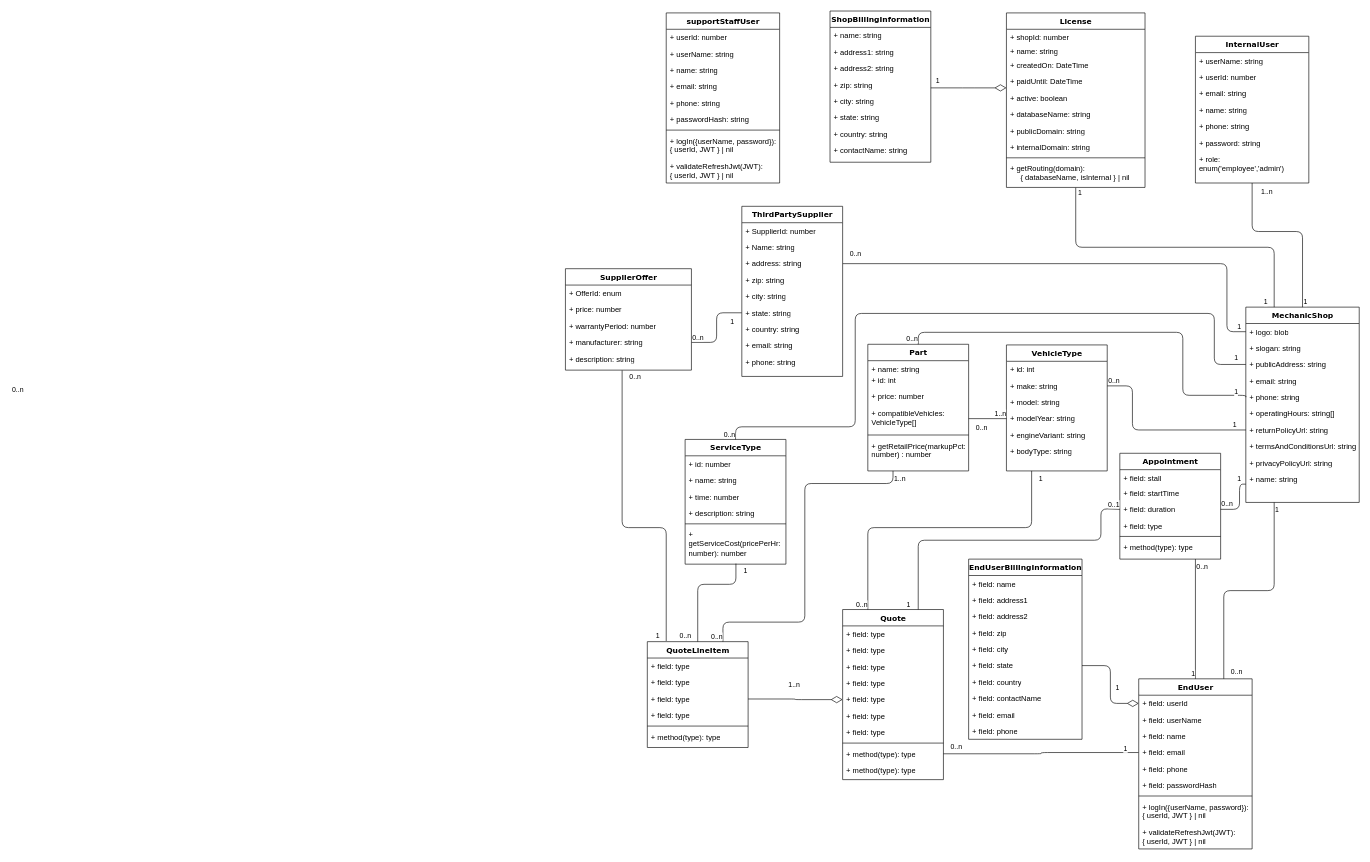
Before: Class_Diagrams/ClassDiagram.drawio in Awrmani/AutoQuotes, a draw.io diagram. Source tidied: cells renumbered, new cells numbered last; positions are measured from the earlier drawing's top-left corner, leaving out a move shared by most shapes. Both pictures are drawn from the tidied source at 63%, with x=0, y=0 at pixel (11, 11).
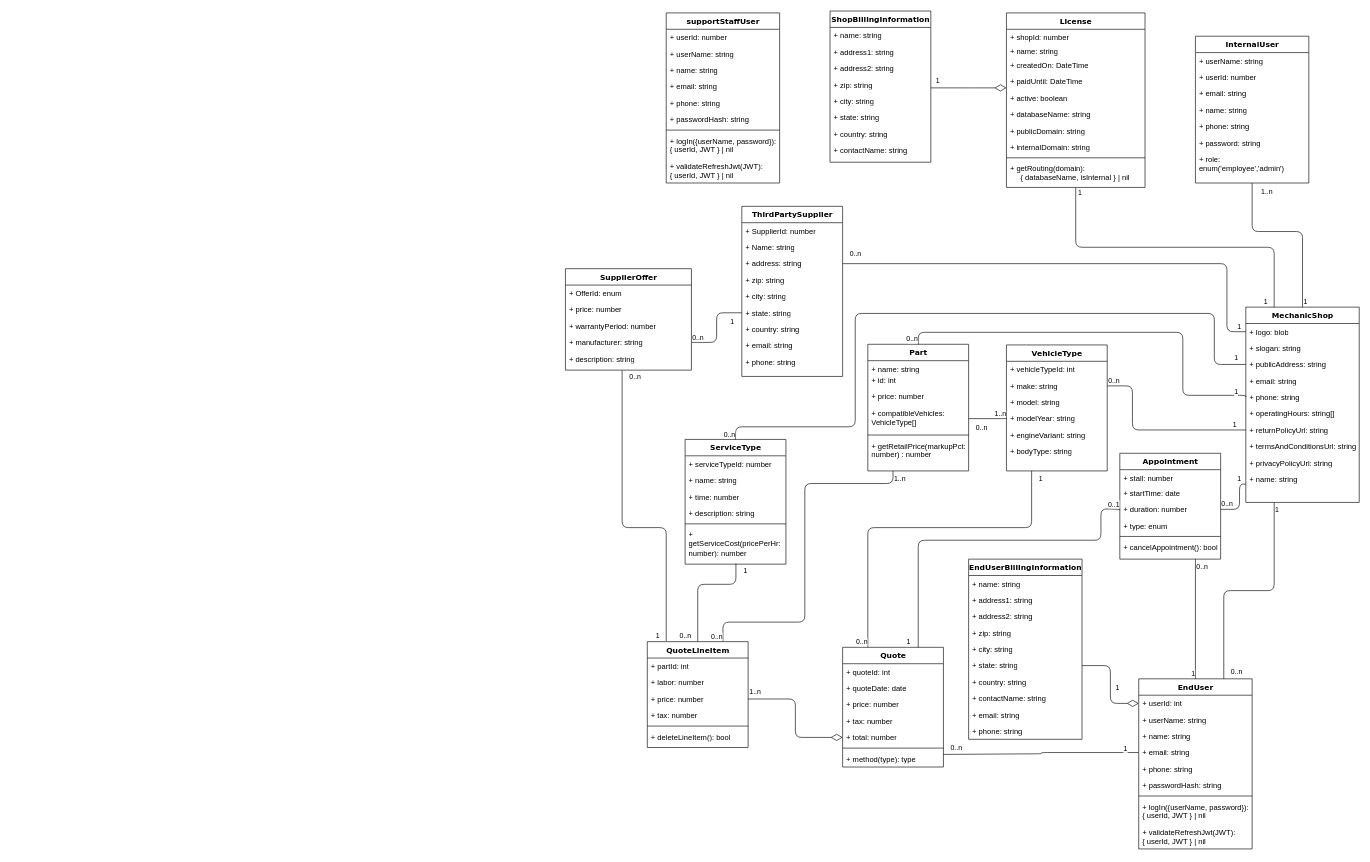
After the change.

Unchanged cells that the change refers to:
```xml
<mxCell id="24" value="QuoteLineItem" style="swimlane;html=1;fontStyle=1;align=center;verticalAlign=top;horizontal=1;startSize=26;swimlaneFillColor=#ffffff;rounded=0;shadow=0;comic=0;labelBackgroundColor=none;strokeWidth=1;fillColor=none;fontFamily=Verdana;fontSize=12;" parent="1" vertex="1">
  <mxGeometry x="1010" y="1001" width="160" height="168" as="geometry" />
</mxCell>
<mxCell id="44" value="EndUserBillingInformation" style="swimlane;html=1;fontStyle=1;align=center;verticalAlign=top;horizontal=1;startSize=26;swimlaneFillColor=#ffffff;rounded=0;shadow=0;comic=0;labelBackgroundColor=none;strokeWidth=1;fillColor=none;fontFamily=Verdana;fontSize=12;" parent="1" vertex="1">
  <mxGeometry x="1520" y="870" width="180" height="286" as="geometry" />
</mxCell>
<mxCell id="55" style="endArrow=diamondThin;endFill=0;endSize=16;html=1;rounded=1;strokeColor=default;exitX=1;exitY=0.5;exitDx=0;exitDy=0;edgeStyle=orthogonalEdgeStyle;startSize=8;entryX=0;entryY=0.5;entryDx=0;entryDy=0;" parent="1" edge="1" source="27" target="18">
  <mxGeometry relative="1" as="geometry" />
</mxCell>
<mxCell id="61" value="EndUser" style="swimlane;html=1;fontStyle=1;align=center;verticalAlign=top;horizontal=1;startSize=26;swimlaneFillColor=#ffffff;rounded=0;shadow=0;comic=0;labelBackgroundColor=none;strokeWidth=1;fillColor=none;fontFamily=Verdana;fontSize=12;" parent="1" vertex="1">
  <mxGeometry x="1790" y="1060" width="180" height="270" as="geometry" />
</mxCell>
<mxCell id="73" value="Appointment" style="swimlane;html=1;fontStyle=1;align=center;verticalAlign=top;horizontal=1;startSize=26;swimlaneFillColor=#ffffff;rounded=0;shadow=0;comic=0;labelBackgroundColor=none;strokeWidth=1;fillColor=none;fontFamily=Verdana;fontSize=12;" parent="1" vertex="1">
  <mxGeometry x="1760" y="702" width="160" height="168" as="geometry" />
</mxCell>
<mxCell id="101" value="VehicleType" style="swimlane;html=1;fontStyle=1;align=center;verticalAlign=top;horizontal=1;startSize=26;swimlaneFillColor=#ffffff;rounded=0;shadow=0;comic=0;labelBackgroundColor=none;strokeWidth=1;fillColor=none;fontFamily=Verdana;fontSize=12;" parent="1" vertex="1">
  <mxGeometry x="1580" y="530" width="160" height="200" as="geometry" />
</mxCell>
<mxCell id="114" value="ServiceType" style="swimlane;html=1;fontStyle=1;align=center;verticalAlign=top;horizontal=1;startSize=26;swimlaneFillColor=#ffffff;rounded=0;shadow=0;comic=0;labelBackgroundColor=none;strokeWidth=1;fillColor=none;fontFamily=Verdana;fontSize=12;" parent="1" vertex="1">
  <mxGeometry x="1070" y="680" width="160" height="198" as="geometry" />
</mxCell>
```

Change to the diagram source:
```diff
@@
     <mxCell id="13" value="Quote" style="swimlane;html=1;fontStyle=1;align=center;verticalAlign=top;horizontal=1;startSize=26;swimlaneFillColor=#ffffff;rounded=0;shadow=0;comic=0;labelBackgroundColor=none;strokeWidth=1;fillColor=none;fontFamily=Verdana;fontSize=12;" parent="1" vertex="1">
-      <mxGeometry x="1320" y="950" width="160" height="270" as="geometry" />
+      <mxGeometry x="1320" y="1010" width="160" height="190" as="geometry" />
     </mxCell>
-    <mxCell id="14" value="+ field: type" style="text;html=1;strokeColor=none;fillColor=none;align=left;verticalAlign=top;spacingLeft=4;spacingRight=4;whiteSpace=wrap;overflow=hidden;" parent="13" vertex="1">
+    <mxCell id="14" value="+ quoteId: int" style="text;html=1;strokeColor=none;fillColor=none;align=left;verticalAlign=top;spacingLeft=4;spacingRight=4;whiteSpace=wrap;overflow=hidden;" parent="13" vertex="1">
       <mxGeometry y="26" width="160" height="26" as="geometry" />
     </mxCell>
-    <mxCell id="15" value="+ field: type" style="text;html=1;strokeColor=none;fillColor=none;align=left;verticalAlign=top;spacingLeft=4;spacingRight=4;whiteSpace=wrap;overflow=hidden;" parent="13" vertex="1">
+    <mxCell id="15" value="+ quoteDate: date" style="text;html=1;strokeColor=none;fillColor=none;align=left;verticalAlign=top;spacingLeft=4;spacingRight=4;whiteSpace=wrap;overflow=hidden;" parent="13" vertex="1">
       <mxGeometry y="52" width="160" height="26" as="geometry" />
     </mxCell>
-    <mxCell id="16" value="+ field: type" style="text;html=1;strokeColor=none;fillColor=none;align=left;verticalAlign=top;spacingLeft=4;spacingRight=4;whiteSpace=wrap;overflow=hidden;" parent="13" vertex="1">
+    <mxCell id="16" value="+ price: number" style="text;html=1;strokeColor=none;fillColor=none;align=left;verticalAlign=top;spacingLeft=4;spacingRight=4;whiteSpace=wrap;overflow=hidden;" parent="13" vertex="1">
       <mxGeometry y="78" width="160" height="26" as="geometry" />
     </mxCell>
-    <mxCell id="17" value="+ field: type" style="text;html=1;strokeColor=none;fillColor=none;align=left;verticalAlign=top;spacingLeft=4;spacingRight=4;whiteSpace=wrap;overflow=hidden;" parent="13" vertex="1">
+    <mxCell id="17" value="+ tax: number" style="text;html=1;strokeColor=none;fillColor=none;align=left;verticalAlign=top;spacingLeft=4;spacingRight=4;whiteSpace=wrap;overflow=hidden;" parent="13" vertex="1">
       <mxGeometry y="104" width="160" height="26" as="geometry" />
     </mxCell>
-    <mxCell id="18" value="+ field: type" style="text;html=1;strokeColor=none;fillColor=none;align=left;verticalAlign=top;spacingLeft=4;spacingRight=4;whiteSpace=wrap;overflow=hidden;points=[[0,0.5],[1,0.5]];portConstraint=eastwest;" parent="13" vertex="1">
+    <mxCell id="18" value="+ total: number" style="text;html=1;strokeColor=none;fillColor=none;align=left;verticalAlign=top;spacingLeft=4;spacingRight=4;whiteSpace=wrap;overflow=hidden;points=[[0,0.5],[1,0.5]];portConstraint=eastwest;" parent="13" vertex="1">
       <mxGeometry y="130" width="160" height="26" as="geometry" />
     </mxCell>
-    <mxCell id="19" value="+ field: type" style="text;html=1;strokeColor=none;fillColor=none;align=left;verticalAlign=top;spacingLeft=4;spacingRight=4;whiteSpace=wrap;overflow=hidden;" parent="13" vertex="1">
-      <mxGeometry y="156" width="160" height="26" as="geometry" />
-    </mxCell>
-    <mxCell id="20" value="+ field: type" style="text;html=1;strokeColor=none;fillColor=none;align=left;verticalAlign=top;spacingLeft=4;spacingRight=4;whiteSpace=wrap;overflow=hidden;" parent="13" vertex="1">
-      <mxGeometry y="182" width="160" height="26" as="geometry" />
-    </mxCell>
     <mxCell id="21" style="line;html=1;strokeWidth=1;fillColor=none;align=left;verticalAlign=middle;spacingTop=-1;spacingLeft=3;spacingRight=3;labelPosition=right;" parent="13" vertex="1">
-      <mxGeometry y="208" width="160" height="8" as="geometry" />
+      <mxGeometry y="156" width="160" height="8" as="geometry" />
     </mxCell>
     <mxCell id="22" value="+ method(type): type" style="text;html=1;strokeColor=none;fillColor=none;align=left;verticalAlign=top;spacingLeft=4;spacingRight=4;whiteSpace=wrap;overflow=hidden;points=[[0,0.5],[1,0.5]];portConstraint=eastwest;" parent="13" vertex="1">
-      <mxGeometry y="216" width="160" height="26" as="geometry" />
+      <mxGeometry y="164" width="160" height="26" as="geometry" />
     </mxCell>
-    <mxCell id="23" value="+ method(type): type" style="text;html=1;strokeColor=none;fillColor=none;align=left;verticalAlign=top;spacingLeft=4;spacingRight=4;whiteSpace=wrap;overflow=hidden;" parent="13" vertex="1">
-      <mxGeometry y="242" width="160" height="26" as="geometry" />
-    </mxCell>
@@
-    <mxCell id="25" value="+ field: type" style="text;html=1;strokeColor=none;fillColor=none;align=left;verticalAlign=top;spacingLeft=4;spacingRight=4;whiteSpace=wrap;overflow=hidden;" parent="24" vertex="1">
+    <mxCell id="25" value="+ partId: int" style="text;html=1;strokeColor=none;fillColor=none;align=left;verticalAlign=top;spacingLeft=4;spacingRight=4;whiteSpace=wrap;overflow=hidden;" parent="24" vertex="1">
       <mxGeometry y="26" width="160" height="26" as="geometry" />
     </mxCell>
-    <mxCell id="26" value="+ field: type" style="text;html=1;strokeColor=none;fillColor=none;align=left;verticalAlign=top;spacingLeft=4;spacingRight=4;whiteSpace=wrap;overflow=hidden;" parent="24" vertex="1">
+    <mxCell id="26" value="+ labor: number" style="text;html=1;strokeColor=none;fillColor=none;align=left;verticalAlign=top;spacingLeft=4;spacingRight=4;whiteSpace=wrap;overflow=hidden;" parent="24" vertex="1">
       <mxGeometry y="52" width="160" height="26" as="geometry" />
     </mxCell>
-    <mxCell id="27" value="+ field: type" style="text;html=1;strokeColor=none;fillColor=none;align=left;verticalAlign=top;spacingLeft=4;spacingRight=4;whiteSpace=wrap;overflow=hidden;points=[[0,0.5],[1,0.5]];portConstraint=eastwest;" parent="24" vertex="1">
+    <mxCell id="27" value="+ price: number" style="text;html=1;strokeColor=none;fillColor=none;align=left;verticalAlign=top;spacingLeft=4;spacingRight=4;whiteSpace=wrap;overflow=hidden;points=[[0,0.5],[1,0.5]];portConstraint=eastwest;" parent="24" vertex="1">
       <mxGeometry y="78" width="160" height="26" as="geometry" />
     </mxCell>
-    <mxCell id="28" value="+ field: type" style="text;html=1;strokeColor=none;fillColor=none;align=left;verticalAlign=top;spacingLeft=4;spacingRight=4;whiteSpace=wrap;overflow=hidden;" parent="24" vertex="1">
+    <mxCell id="28" value="+ tax: number" style="text;html=1;strokeColor=none;fillColor=none;align=left;verticalAlign=top;spacingLeft=4;spacingRight=4;whiteSpace=wrap;overflow=hidden;" parent="24" vertex="1">
       <mxGeometry y="104" width="160" height="26" as="geometry" />
     </mxCell>
@@
-    <mxCell id="30" value="+ method(type): type" style="text;html=1;strokeColor=none;fillColor=none;align=left;verticalAlign=top;spacingLeft=4;spacingRight=4;whiteSpace=wrap;overflow=hidden;" parent="24" vertex="1">
+    <mxCell id="30" value="+ deleteLineItem(): bool" style="text;html=1;strokeColor=none;fillColor=none;align=left;verticalAlign=top;spacingLeft=4;spacingRight=4;whiteSpace=wrap;overflow=hidden;" parent="24" vertex="1">
       <mxGeometry y="138" width="160" height="26" as="geometry" />
     </mxCell>
@@
-    <mxCell id="45" value="+ field: name" style="text;html=1;strokeColor=none;fillColor=none;align=left;verticalAlign=top;spacingLeft=4;spacingRight=4;whiteSpace=wrap;overflow=hidden;" parent="44" vertex="1">
+    <mxCell id="45" value="+ name: string" style="text;html=1;strokeColor=none;fillColor=none;align=left;verticalAlign=top;spacingLeft=4;spacingRight=4;whiteSpace=wrap;overflow=hidden;" parent="44" vertex="1">
       <mxGeometry y="26" width="180" height="26" as="geometry" />
     </mxCell>
-    <mxCell id="46" value="+ field: address1" style="text;html=1;strokeColor=none;fillColor=none;align=left;verticalAlign=top;spacingLeft=4;spacingRight=4;whiteSpace=wrap;overflow=hidden;" parent="44" vertex="1">
+    <mxCell id="46" value="+ address1: string" style="text;html=1;strokeColor=none;fillColor=none;align=left;verticalAlign=top;spacingLeft=4;spacingRight=4;whiteSpace=wrap;overflow=hidden;" parent="44" vertex="1">
       <mxGeometry y="52" width="180" height="26" as="geometry" />
     </mxCell>
-    <mxCell id="47" value="+ field: address2" style="text;html=1;strokeColor=none;fillColor=none;align=left;verticalAlign=top;spacingLeft=4;spacingRight=4;whiteSpace=wrap;overflow=hidden;" parent="44" vertex="1">
+    <mxCell id="47" value="+ address2: string" style="text;html=1;strokeColor=none;fillColor=none;align=left;verticalAlign=top;spacingLeft=4;spacingRight=4;whiteSpace=wrap;overflow=hidden;" parent="44" vertex="1">
       <mxGeometry y="78" width="180" height="26" as="geometry" />
     </mxCell>
-    <mxCell id="48" value="+ field: zip" style="text;html=1;strokeColor=none;fillColor=none;align=left;verticalAlign=top;spacingLeft=4;spacingRight=4;whiteSpace=wrap;overflow=hidden;" parent="44" vertex="1">
+    <mxCell id="48" value="+ zip: string" style="text;html=1;strokeColor=none;fillColor=none;align=left;verticalAlign=top;spacingLeft=4;spacingRight=4;whiteSpace=wrap;overflow=hidden;" parent="44" vertex="1">
       <mxGeometry y="104" width="180" height="26" as="geometry" />
     </mxCell>
-    <mxCell id="49" value="+ field: city" style="text;html=1;strokeColor=none;fillColor=none;align=left;verticalAlign=top;spacingLeft=4;spacingRight=4;whiteSpace=wrap;overflow=hidden;" parent="44" vertex="1">
+    <mxCell id="49" value="+ city: string" style="text;html=1;strokeColor=none;fillColor=none;align=left;verticalAlign=top;spacingLeft=4;spacingRight=4;whiteSpace=wrap;overflow=hidden;" parent="44" vertex="1">
       <mxGeometry y="130" width="180" height="26" as="geometry" />
     </mxCell>
-    <mxCell id="50" value="+ field: state" style="text;html=1;strokeColor=none;fillColor=none;align=left;verticalAlign=top;spacingLeft=4;spacingRight=4;whiteSpace=wrap;overflow=hidden;points=[[0,0.5],[1,0.5]];portConstraint=eastwest;" parent="44" vertex="1">
+    <mxCell id="50" value="+ state: string" style="text;html=1;strokeColor=none;fillColor=none;align=left;verticalAlign=top;spacingLeft=4;spacingRight=4;whiteSpace=wrap;overflow=hidden;points=[[0,0.5],[1,0.5]];portConstraint=eastwest;" parent="44" vertex="1">
       <mxGeometry y="156" width="180" height="26" as="geometry" />
     </mxCell>
-    <mxCell id="51" value="+ field: country" style="text;html=1;strokeColor=none;fillColor=none;align=left;verticalAlign=top;spacingLeft=4;spacingRight=4;whiteSpace=wrap;overflow=hidden;" parent="44" vertex="1">
+    <mxCell id="51" value="+ country: string" style="text;html=1;strokeColor=none;fillColor=none;align=left;verticalAlign=top;spacingLeft=4;spacingRight=4;whiteSpace=wrap;overflow=hidden;" parent="44" vertex="1">
       <mxGeometry y="182" width="180" height="26" as="geometry" />
     </mxCell>
-    <mxCell id="52" value="+ field: contactName" style="text;html=1;strokeColor=none;fillColor=none;align=left;verticalAlign=top;spacingLeft=4;spacingRight=4;whiteSpace=wrap;overflow=hidden;" parent="44" vertex="1">
+    <mxCell id="52" value="+ contactName: string" style="text;html=1;strokeColor=none;fillColor=none;align=left;verticalAlign=top;spacingLeft=4;spacingRight=4;whiteSpace=wrap;overflow=hidden;" parent="44" vertex="1">
       <mxGeometry y="208" width="180" height="26" as="geometry" />
     </mxCell>
-    <mxCell id="53" value="+ field: email" style="text;html=1;strokeColor=none;fillColor=none;align=left;verticalAlign=top;spacingLeft=4;spacingRight=4;whiteSpace=wrap;overflow=hidden;" parent="44" vertex="1">
+    <mxCell id="53" value="+ email: string" style="text;html=1;strokeColor=none;fillColor=none;align=left;verticalAlign=top;spacingLeft=4;spacingRight=4;whiteSpace=wrap;overflow=hidden;" parent="44" vertex="1">
       <mxGeometry y="234" width="180" height="26" as="geometry" />
     </mxCell>
-    <mxCell id="54" value="+ field: phone" style="text;html=1;strokeColor=none;fillColor=none;align=left;verticalAlign=top;spacingLeft=4;spacingRight=4;whiteSpace=wrap;overflow=hidden;" parent="44" vertex="1">
+    <mxCell id="54" value="+ phone: string" style="text;html=1;strokeColor=none;fillColor=none;align=left;verticalAlign=top;spacingLeft=4;spacingRight=4;whiteSpace=wrap;overflow=hidden;" parent="44" vertex="1">
       <mxGeometry y="260" width="180" height="26" as="geometry" />
     </mxCell>
@@
     <mxCell id="56" value="1..n" style="edgeLabel;html=1;align=center;verticalAlign=middle;" parent="55" vertex="1">
       <mxGeometry x="-0.28" y="7" relative="1" as="geometry">
-        <mxPoint x="18" y="-16" as="offset" />
+        <mxPoint x="-72" y="-14" as="offset" />
       </mxGeometry>
     </mxCell>
-    <mxCell id="57" style="endArrow=none;html=1;edgeStyle=orthogonalEdgeStyle;rounded=1;startSize=8;endSize=16;strokeColor=default;exitX=0;exitY=0.5;exitDx=0;exitDy=0;entryX=1;entryY=0.5;entryDx=0;entryDy=0;" parent="1" edge="1" source="65" target="22">
-      <mxGeometry relative="1" as="geometry" />
+    <mxCell id="57" style="endArrow=none;html=1;edgeStyle=orthogonalEdgeStyle;rounded=1;startSize=8;endSize=16;strokeColor=default;exitX=0;exitY=0.5;exitDx=0;exitDy=0;" parent="1" edge="1" source="65">
+      <mxGeometry relative="1" as="geometry">
+        <mxPoint x="1480" y="1180" as="targetPoint" />
+        <Array as="points">
+          <mxPoint x="1635" y="1177" />
+          <mxPoint x="1635" y="1179" />
+        </Array>
+      </mxGeometry>
     </mxCell>
@@
-    <mxCell id="62" value="+ field: userId" style="text;html=1;strokeColor=none;fillColor=none;align=left;verticalAlign=top;spacingLeft=4;spacingRight=4;whiteSpace=wrap;overflow=hidden;points=[[0,0.5],[1,0.5]];portConstraint=eastwest;" parent="61" vertex="1">
+    <mxCell id="62" value="+ userId: int" style="text;html=1;strokeColor=none;fillColor=none;align=left;verticalAlign=top;spacingLeft=4;spacingRight=4;whiteSpace=wrap;overflow=hidden;points=[[0,0.5],[1,0.5]];portConstraint=eastwest;" parent="61" vertex="1">
       <mxGeometry y="26" width="180" height="26" as="geometry" />
     </mxCell>
-    <mxCell id="63" value="+ field: userName" style="text;html=1;strokeColor=none;fillColor=none;align=left;verticalAlign=top;spacingLeft=4;spacingRight=4;whiteSpace=wrap;overflow=hidden;" parent="61" vertex="1">
+    <mxCell id="63" value="+ userName: string" style="text;html=1;strokeColor=none;fillColor=none;align=left;verticalAlign=top;spacingLeft=4;spacingRight=4;whiteSpace=wrap;overflow=hidden;" parent="61" vertex="1">
       <mxGeometry y="52" width="180" height="26" as="geometry" />
     </mxCell>
-    <mxCell id="64" value="+ field: name" style="text;html=1;strokeColor=none;fillColor=none;align=left;verticalAlign=top;spacingLeft=4;spacingRight=4;whiteSpace=wrap;overflow=hidden;" parent="61" vertex="1">
+    <mxCell id="64" value="+ name: string" style="text;html=1;strokeColor=none;fillColor=none;align=left;verticalAlign=top;spacingLeft=4;spacingRight=4;whiteSpace=wrap;overflow=hidden;" parent="61" vertex="1">
       <mxGeometry y="78" width="180" height="26" as="geometry" />
     </mxCell>
-    <mxCell id="65" value="+ field: email" style="text;html=1;strokeColor=none;fillColor=none;align=left;verticalAlign=top;spacingLeft=4;spacingRight=4;whiteSpace=wrap;overflow=hidden;points=[[0,0.5],[1,0.5]];portConstraint=eastwest;" parent="61" vertex="1">
+    <mxCell id="65" value="+ email: string" style="text;html=1;strokeColor=none;fillColor=none;align=left;verticalAlign=top;spacingLeft=4;spacingRight=4;whiteSpace=wrap;overflow=hidden;points=[[0,0.5],[1,0.5]];portConstraint=eastwest;" parent="61" vertex="1">
       <mxGeometry y="104" width="180" height="26" as="geometry" />
     </mxCell>
-    <mxCell id="66" value="+ field: phone" style="text;html=1;strokeColor=none;fillColor=none;align=left;verticalAlign=top;spacingLeft=4;spacingRight=4;whiteSpace=wrap;overflow=hidden;" parent="61" vertex="1">
+    <mxCell id="66" value="+ phone: string" style="text;html=1;strokeColor=none;fillColor=none;align=left;verticalAlign=top;spacingLeft=4;spacingRight=4;whiteSpace=wrap;overflow=hidden;" parent="61" vertex="1">
       <mxGeometry y="130" width="180" height="26" as="geometry" />
     </mxCell>
-    <mxCell id="67" value="+ field: passwordHash" style="text;html=1;strokeColor=none;fillColor=none;align=left;verticalAlign=top;spacingLeft=4;spacingRight=4;whiteSpace=wrap;overflow=hidden;" parent="61" vertex="1">
+    <mxCell id="67" value="+ passwordHash: string" style="text;html=1;strokeColor=none;fillColor=none;align=left;verticalAlign=top;spacingLeft=4;spacingRight=4;whiteSpace=wrap;overflow=hidden;" parent="61" vertex="1">
       <mxGeometry y="156" width="180" height="26" as="geometry" />
     </mxCell>
@@
-    <mxCell id="74" value="+ field: stall" style="text;html=1;strokeColor=none;fillColor=none;align=left;verticalAlign=top;spacingLeft=4;spacingRight=4;whiteSpace=wrap;overflow=hidden;" parent="73" vertex="1">
+    <mxCell id="74" value="+ stall: number" style="text;html=1;strokeColor=none;fillColor=none;align=left;verticalAlign=top;spacingLeft=4;spacingRight=4;whiteSpace=wrap;overflow=hidden;" parent="73" vertex="1">
       <mxGeometry y="26" width="160" height="24" as="geometry" />
     </mxCell>
-    <mxCell id="75" value="+ field: startTime" style="text;html=1;strokeColor=none;fillColor=none;align=left;verticalAlign=top;spacingLeft=4;spacingRight=4;whiteSpace=wrap;overflow=hidden;" parent="73" vertex="1">
+    <mxCell id="75" value="+ startTime: date" style="text;html=1;strokeColor=none;fillColor=none;align=left;verticalAlign=top;spacingLeft=4;spacingRight=4;whiteSpace=wrap;overflow=hidden;" parent="73" vertex="1">
       <mxGeometry y="50" width="160" height="26" as="geometry" />
     </mxCell>
-    <mxCell id="76" value="+ field: duration" style="text;html=1;strokeColor=none;fillColor=none;align=left;verticalAlign=top;spacingLeft=4;spacingRight=4;whiteSpace=wrap;overflow=hidden;points=[[0,0.5],[1,0.5]];portConstraint=eastwest;" parent="73" vertex="1">
+    <mxCell id="76" value="+ duration: number" style="text;html=1;strokeColor=none;fillColor=none;align=left;verticalAlign=top;spacingLeft=4;spacingRight=4;whiteSpace=wrap;overflow=hidden;points=[[0,0.5],[1,0.5]];portConstraint=eastwest;" parent="73" vertex="1">
       <mxGeometry y="76" width="160" height="26" as="geometry" />
     </mxCell>
-    <mxCell id="77" value="+ field: type" style="text;html=1;strokeColor=none;fillColor=none;align=left;verticalAlign=top;spacingLeft=4;spacingRight=4;whiteSpace=wrap;overflow=hidden;" parent="73" vertex="1">
+    <mxCell id="77" value="+ type: enum" style="text;html=1;strokeColor=none;fillColor=none;align=left;verticalAlign=top;spacingLeft=4;spacingRight=4;whiteSpace=wrap;overflow=hidden;" parent="73" vertex="1">
       <mxGeometry y="102" width="160" height="26" as="geometry" />
     </mxCell>
@@
-    <mxCell id="79" value="+ method(type): type" style="text;html=1;strokeColor=none;fillColor=none;align=left;verticalAlign=top;spacingLeft=4;spacingRight=4;whiteSpace=wrap;overflow=hidden;" parent="73" vertex="1">
+    <mxCell id="79" value="+ cancelAppointment(): bool" style="text;html=1;strokeColor=none;fillColor=none;align=left;verticalAlign=top;spacingLeft=4;spacingRight=4;whiteSpace=wrap;overflow=hidden;" parent="73" vertex="1">
       <mxGeometry y="136" width="160" height="26" as="geometry" />
     </mxCell>
@@
-    <mxCell id="102" value="+ id: int" style="text;html=1;strokeColor=none;fillColor=none;align=left;verticalAlign=top;spacingLeft=4;spacingRight=4;whiteSpace=wrap;overflow=hidden;" parent="101" vertex="1">
+    <mxCell id="102" value="+ vehicleTypeId: int" style="text;html=1;strokeColor=none;fillColor=none;align=left;verticalAlign=top;spacingLeft=4;spacingRight=4;whiteSpace=wrap;overflow=hidden;" parent="101" vertex="1">
       <mxGeometry y="26" width="160" height="26" as="geometry" />
     </mxCell>
@@
-    <mxCell id="115" value="+ id: number" style="text;html=1;strokeColor=none;fillColor=none;align=left;verticalAlign=top;spacingLeft=4;spacingRight=4;whiteSpace=wrap;overflow=hidden;" parent="114" vertex="1">
+    <mxCell id="115" value="+ serviceTypeId: number" style="text;html=1;strokeColor=none;fillColor=none;align=left;verticalAlign=top;spacingLeft=4;spacingRight=4;whiteSpace=wrap;overflow=hidden;" parent="114" vertex="1">
       <mxGeometry y="26" width="160" height="26" as="geometry" />
     </mxCell>
@@
-    <mxCell id="192" value="0..n" style="edgeLabel;html=1;align=left;verticalAlign=bottom;" parent="1" vertex="1">
-      <mxGeometry y="608.5" as="geometry" />
-    </mxCell>
```
